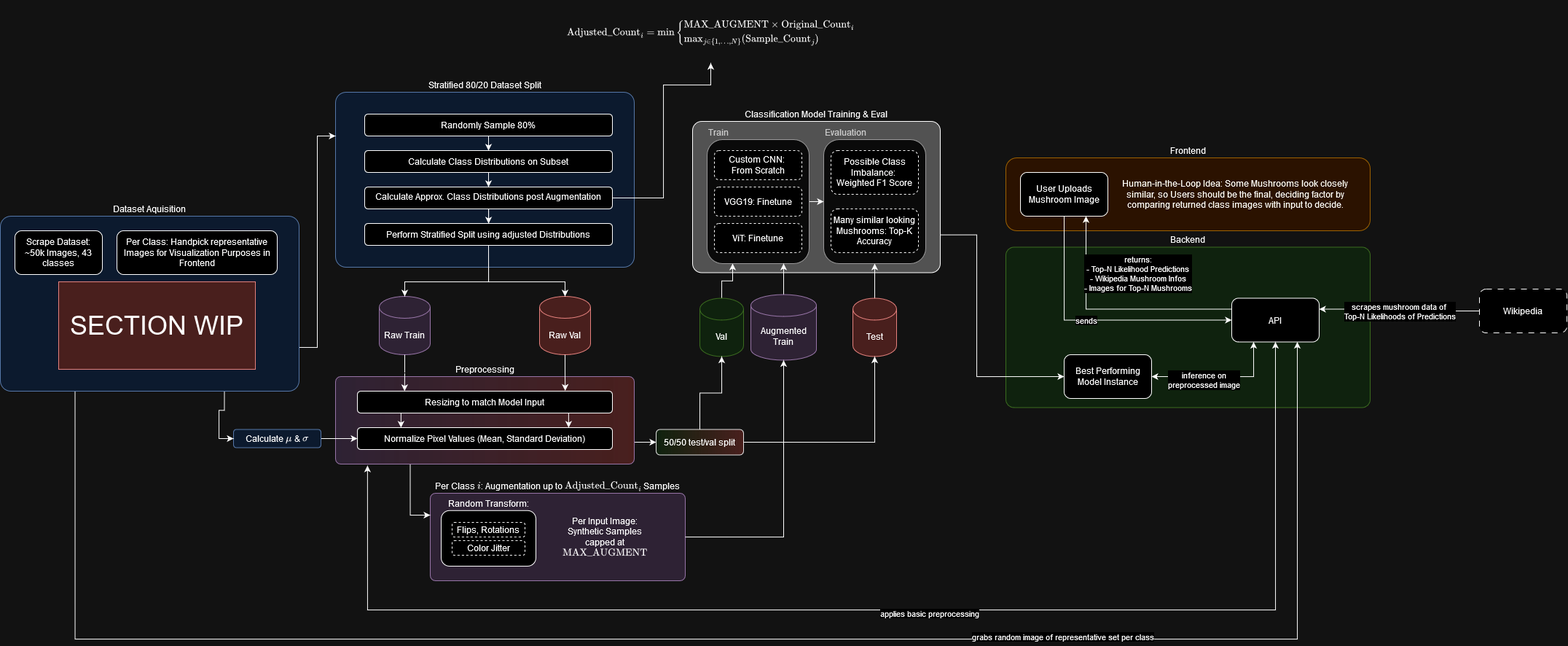
Above: Lukas/plots/AIR_G7_Architecture.png in Lksman/Shroomlense (draw.io), before the change. Source tidied: cells renumbered, new cells last; positions are measured from the earlier drawing's top-left corner, leaving out a move shared by most shapes.
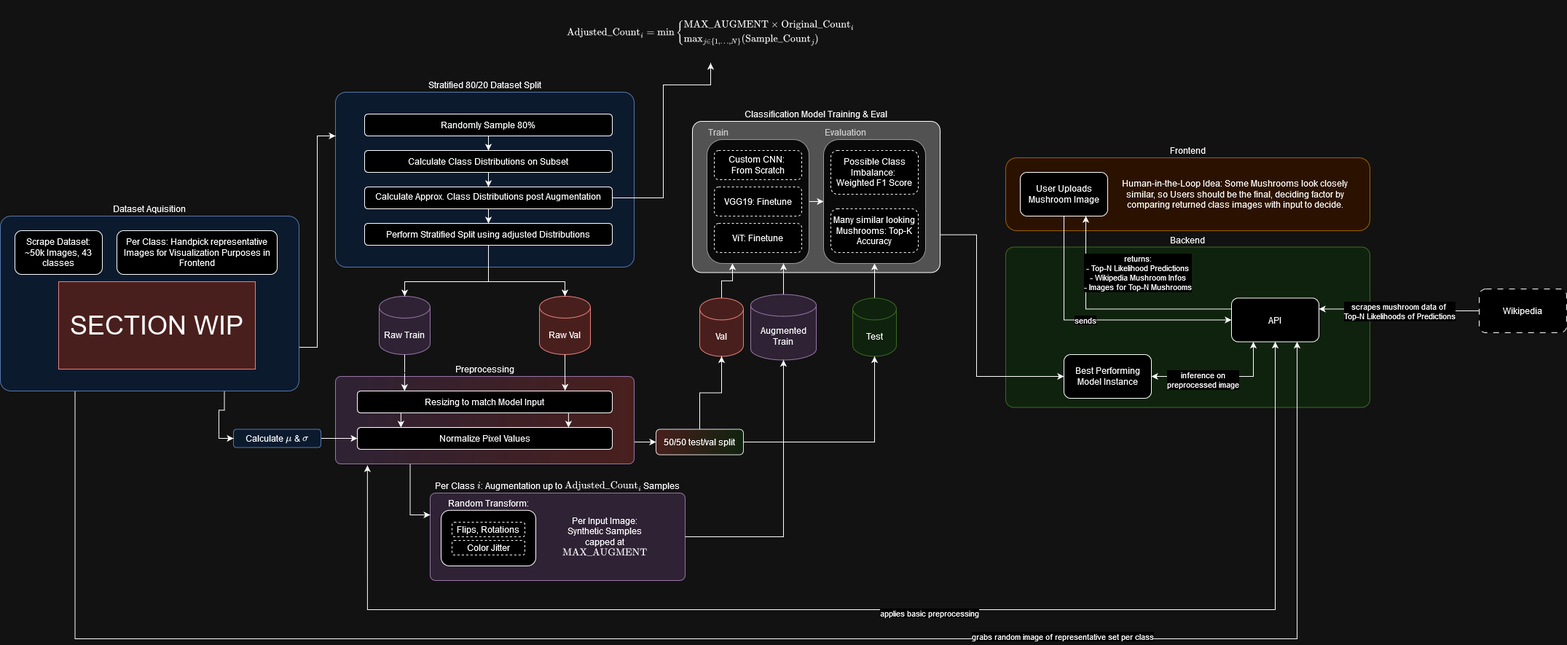
The same diagram one commit later.

Commit message:
small fixes in architecture diagram

What changed in the source:
```diff
@@ -65,7 +65,7 @@
     <mxCell id="19" value="Resizing to match Model Input" style="rounded=1;whiteSpace=wrap;html=1;fillStyle=solid;" parent="1" vertex="1">
       <mxGeometry x="490" y="520" width="350" height="30" as="geometry" />
     </mxCell>
-    <mxCell id="20" value="Normalize Pixel Values (Mean, Standard Deviation)" style="rounded=1;whiteSpace=wrap;html=1;" parent="1" vertex="1">
+    <mxCell id="20" value="Normalize Pixel Values" style="rounded=1;whiteSpace=wrap;html=1;" parent="1" vertex="1">
       <mxGeometry x="490" y="570" width="350" height="30" as="geometry" />
     </mxCell>
     <mxCell id="21" style="edgeStyle=orthogonalEdgeStyle;rounded=0;jettySize=auto;html=1;exitX=0.5;exitY=1;exitDx=0;exitDy=0;entryX=0.5;entryY=0;entryDx=0;entryDy=0;entryPerimeter=0;" parent="1" edge="1" source="12" target="16">
@@ -134,16 +134,16 @@
     <mxCell id="36" style="edgeStyle=orthogonalEdgeStyle;rounded=0;jettySize=auto;html=1;exitX=0.5;exitY=0;exitDx=0;exitDy=0;exitPerimeter=0;entryX=0.5;entryY=1;entryDx=0;entryDy=0;" parent="1" edge="1" source="37" target="59">
       <mxGeometry relative="1" as="geometry" />
     </mxCell>
-    <mxCell id="37" value="Test" style="shape=cylinder3;whiteSpace=wrap;html=1;boundedLbl=1;backgroundOutline=1;size=15;fillColor=#f8cecc;strokeColor=#b85450;" parent="1" vertex="1">
+    <mxCell id="37" value="Test" style="shape=cylinder3;whiteSpace=wrap;html=1;boundedLbl=1;backgroundOutline=1;size=15;fillColor=#D5E8D4;strokeColor=#82B366;" parent="1" vertex="1">
       <mxGeometry x="1170" y="392.5" width="60" height="80" as="geometry" />
     </mxCell>
     <mxCell id="38" style="edgeStyle=orthogonalEdgeStyle;rounded=0;jettySize=auto;html=1;exitX=0.5;exitY=0;exitDx=0;exitDy=0;exitPerimeter=0;entryX=0.25;entryY=1;entryDx=0;entryDy=0;" parent="1" edge="1" source="39" target="44">
       <mxGeometry relative="1" as="geometry" />
     </mxCell>
-    <mxCell id="39" value="Val" style="shape=cylinder3;whiteSpace=wrap;html=1;boundedLbl=1;backgroundOutline=1;size=15;fillColor=#d5e8d4;strokeColor=#82b366;" parent="1" vertex="1">
+    <mxCell id="39" value="Val" style="shape=cylinder3;whiteSpace=wrap;html=1;boundedLbl=1;backgroundOutline=1;size=15;fillColor=#f8cecc;strokeColor=#b85450;" parent="1" vertex="1">
       <mxGeometry x="960" y="392.5" width="60" height="80" as="geometry" />
     </mxCell>
-    <mxCell id="40" value="50/50 test/val split" style="rounded=1;whiteSpace=wrap;html=1;fillColor=#f8cecc;strokeColor=#1F1F1F;gradientColor=#D5E8D4;gradientDirection=west;" parent="1" vertex="1">
+    <mxCell id="40" value="50/50 test/val split" style="rounded=1;whiteSpace=wrap;html=1;fillColor=#D5E8D4;strokeColor=#1F1F1F;gradientColor=#F8CECC;gradientDirection=west;" parent="1" vertex="1">
       <mxGeometry x="900" y="572.5" width="120" height="35" as="geometry" />
     </mxCell>
     <mxCell id="41" style="edgeStyle=orthogonalEdgeStyle;rounded=0;jettySize=auto;html=1;exitX=1;exitY=0.5;exitDx=0;exitDy=0;entryX=0.5;entryY=1;entryDx=0;entryDy=0;entryPerimeter=0;" parent="1" edge="1" source="40" target="37">
```
